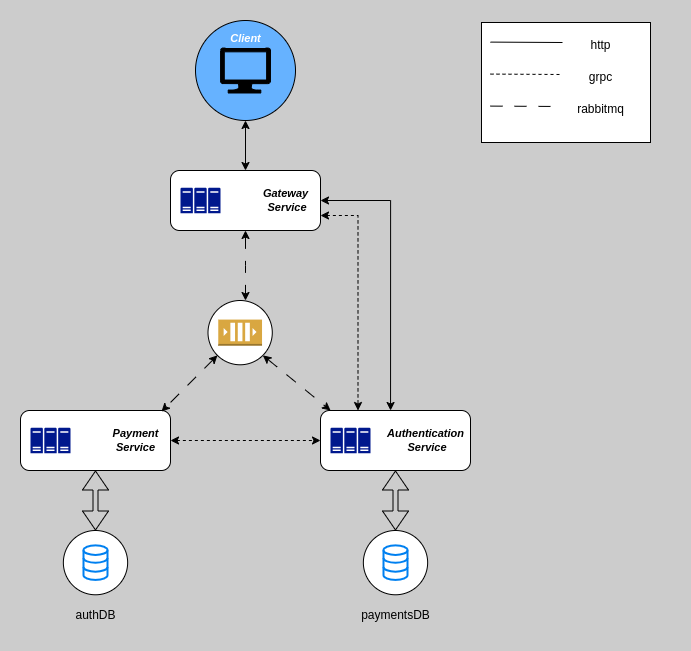
EmilioCliff/payment-polling-service keeps this draw.io diagram as Payments_Polling.png. Above is the earlier version. Source tidied: cells renumbered, new cells last; positions are measured from the earlier drawing's top-left corner, leaving out a move shared by most shapes. Its diagram source:
```xml
<mxGraphModel background="#CCCCCC">
  <root>
    <mxCell id="0" />
    <mxCell id="1" parent="0" />
    <mxCell id="2" style="group;" parent="1" vertex="1">
      <mxGeometry y="390" width="150" height="60" as="geometry" />
    </mxCell>
    <mxCell id="3" value="&lt;blockquote style=&quot;margin: 0 0 0 40px; border: none; padding: 0px;&quot;&gt;&lt;div style=&quot;&quot;&gt;&lt;br&gt;&lt;/div&gt;&lt;/blockquote&gt;" style="rounded=1;whiteSpace=wrap;html=1;align=right;" parent="2" vertex="1">
      <mxGeometry width="150" height="60" as="geometry" />
    </mxCell>
    <mxCell id="4" style="shadow=0;dashed=0;html=1;strokeColor=none;labelPosition=center;verticalLabelPosition=bottom;verticalAlign=top;align=center;fillColor=#00188D;shape=mxgraph.mscae.enterprise.server_farm;" parent="2" vertex="1">
      <mxGeometry x="10" y="17.2" width="40" height="25.6" as="geometry" />
    </mxCell>
    <mxCell id="5" value="&lt;i style=&quot;text-wrap: wrap; background-color: initial; text-align: right;&quot;&gt;&lt;b&gt;Payment Service&lt;/b&gt;&lt;/i&gt;" style="edgeLabel;html=1;align=center;verticalAlign=middle;strokeColor=none;fillColor=none;" parent="2" vertex="1">
      <mxGeometry x="90" y="15" width="49" height="30" as="geometry" />
    </mxCell>
    <mxCell id="6" style="group;" parent="1" vertex="1">
      <mxGeometry x="175" width="100" height="100" as="geometry" />
    </mxCell>
    <mxCell id="7" style="ellipse;whiteSpace=wrap;html=1;fillColor=#66B2FF;" parent="6" vertex="1">
      <mxGeometry width="100" height="100" as="geometry" />
    </mxCell>
    <mxCell id="8" style="shadow=0;dashed=0;html=1;strokeColor=#000000;labelPosition=center;verticalLabelPosition=bottom;verticalAlign=top;align=center;fillColor=#000000;shape=mxgraph.azure.computer;fontColor=#000000;" parent="6" vertex="1">
      <mxGeometry x="25" y="27.5" width="50" height="45" as="geometry" />
    </mxCell>
    <mxCell id="9" value="&lt;span style=&quot;text-wrap: wrap;&quot;&gt;&lt;b&gt;&lt;i&gt;Client&lt;/i&gt;&lt;/b&gt;&lt;/span&gt;" style="edgeLabel;html=1;align=center;verticalAlign=middle;strokeColor=none;fillColor=#66B2FF;labelBackgroundColor=#66B2FF;fontColor=#FFFFFF;" parent="6" vertex="1">
      <mxGeometry x="30" y="7.5" width="40" height="20" as="geometry" />
    </mxCell>
    <mxCell id="10" style="group;" parent="1" vertex="1">
      <mxGeometry x="187.5" y="280" width="75" height="70" as="geometry" />
    </mxCell>
    <mxCell id="11" style="ellipse;whiteSpace=wrap;html=1;" parent="10" vertex="1">
      <mxGeometry width="64.3" height="64.3" as="geometry" />
    </mxCell>
    <mxCell id="12" style="dashed=0;verticalLabelPosition=bottom;verticalAlign=top;align=center;html=1;shape=mxgraph.aws3.queue;fillColor=#D9A741;gradientColor=none;" parent="10" vertex="1">
      <mxGeometry x="10.3" y="19.1" width="43.8" height="26.1" as="geometry" />
    </mxCell>
    <mxCell id="13" style="group;" parent="1" vertex="1">
      <mxGeometry x="150" y="150" width="150" height="60" as="geometry" />
    </mxCell>
    <mxCell id="14" style="edgeStyle=orthogonalEdgeStyle;rounded=0;jettySize=auto;html=1;exitX=0.5;exitY=1;exitDx=0;exitDy=0;startArrow=classic;startFill=1;dashed=1;dashPattern=12 12;" parent="13" edge="1" source="15">
      <mxGeometry relative="1" as="geometry">
        <mxPoint x="75" y="130" as="targetPoint" />
      </mxGeometry>
    </mxCell>
    <mxCell id="15" value="&lt;blockquote style=&quot;margin: 0 0 0 40px; border: none; padding: 0px;&quot;&gt;&lt;div style=&quot;&quot;&gt;&lt;br&gt;&lt;/div&gt;&lt;/blockquote&gt;" style="rounded=1;whiteSpace=wrap;html=1;align=right;" parent="13" vertex="1">
      <mxGeometry width="150" height="60" as="geometry" />
    </mxCell>
    <mxCell id="16" style="shadow=0;dashed=0;html=1;strokeColor=none;labelPosition=center;verticalLabelPosition=bottom;verticalAlign=top;align=center;fillColor=#00188D;shape=mxgraph.mscae.enterprise.server_farm;" parent="13" vertex="1">
      <mxGeometry x="10" y="17.2" width="40" height="25.6" as="geometry" />
    </mxCell>
    <mxCell id="17" value="&lt;i style=&quot;text-wrap: wrap; background-color: initial; text-align: right;&quot;&gt;&lt;b&gt;Gateway&lt;/b&gt;&lt;/i&gt;&lt;div&gt;&lt;i style=&quot;text-wrap: wrap; background-color: initial; text-align: right;&quot;&gt;&lt;b&gt;&amp;nbsp;Service&lt;/b&gt;&lt;/i&gt;&lt;/div&gt;" style="edgeLabel;html=1;align=center;verticalAlign=middle;strokeColor=none;fillColor=none;" parent="13" vertex="1">
      <mxGeometry x="90" y="15" width="49" height="30" as="geometry" />
    </mxCell>
    <mxCell id="18" style="group;" parent="1" vertex="1">
      <mxGeometry x="300" y="390" width="150" height="60" as="geometry" />
    </mxCell>
    <mxCell id="19" value="&lt;blockquote style=&quot;margin: 0 0 0 40px; border: none; padding: 0px;&quot;&gt;&lt;div style=&quot;&quot;&gt;&lt;br&gt;&lt;/div&gt;&lt;/blockquote&gt;" style="rounded=1;whiteSpace=wrap;html=1;align=right;" parent="18" vertex="1">
      <mxGeometry width="150" height="60" as="geometry" />
    </mxCell>
    <mxCell id="20" style="shadow=0;dashed=0;html=1;strokeColor=none;labelPosition=center;verticalLabelPosition=bottom;verticalAlign=top;align=center;fillColor=#00188D;shape=mxgraph.mscae.enterprise.server_farm;" parent="18" vertex="1">
      <mxGeometry x="10" y="17.2" width="40" height="25.6" as="geometry" />
    </mxCell>
    <mxCell id="21" value="&lt;i style=&quot;text-wrap: wrap; background-color: initial; text-align: right;&quot;&gt;&lt;b&gt;Authentication&lt;/b&gt;&lt;/i&gt;&lt;div&gt;&lt;div&gt;&lt;i style=&quot;text-wrap: wrap; background-color: initial; text-align: right;&quot;&gt;&lt;b&gt;&amp;nbsp;Service&lt;/b&gt;&lt;/i&gt;&lt;/div&gt;&lt;/div&gt;" style="edgeLabel;html=1;align=center;verticalAlign=middle;strokeColor=none;fillColor=none;" parent="18" vertex="1">
      <mxGeometry x="75" y="15" width="60" height="30" as="geometry" />
    </mxCell>
    <mxCell id="22" style="group;" parent="1" vertex="1">
      <mxGeometry x="342.9" y="510" width="64.3" height="64.3" as="geometry" />
    </mxCell>
    <mxCell id="23" style="ellipse;whiteSpace=wrap;html=1;" parent="22" vertex="1">
      <mxGeometry width="64.3" height="64.3" as="geometry" />
    </mxCell>
    <mxCell id="24" style="html=1;verticalLabelPosition=bottom;align=center;labelBackgroundColor=#ffffff;verticalAlign=top;strokeWidth=2;strokeColor=#0080F0;shadow=0;dashed=0;shape=mxgraph.ios7.icons.data;" parent="22" vertex="1">
      <mxGeometry x="20.1" y="14.9" width="24" height="34.5" as="geometry" />
    </mxCell>
    <mxCell id="25" style="group;" parent="1" vertex="1">
      <mxGeometry x="42.9" y="510" width="64.3" height="64.3" as="geometry" />
    </mxCell>
    <mxCell id="26" style="ellipse;whiteSpace=wrap;html=1;" parent="25" vertex="1">
      <mxGeometry width="64.3" height="64.3" as="geometry" />
    </mxCell>
    <mxCell id="27" style="html=1;verticalLabelPosition=bottom;align=center;labelBackgroundColor=#ffffff;verticalAlign=top;strokeWidth=2;strokeColor=#0080F0;shadow=0;dashed=0;shape=mxgraph.ios7.icons.data;" parent="25" vertex="1">
      <mxGeometry x="20.1" y="14.9" width="24" height="34.5" as="geometry" />
    </mxCell>
    <mxCell id="28" style="edgeStyle=orthogonalEdgeStyle;rounded=0;jettySize=auto;html=1;exitX=0.5;exitY=1;exitDx=0;exitDy=0;entryX=0.5;entryY=0;entryDx=0;entryDy=0;startArrow=classic;startFill=1;" parent="1" edge="1" source="7" target="15">
      <mxGeometry relative="1" as="geometry" />
    </mxCell>
    <mxCell id="29" style="rounded=0;jettySize=auto;html=1;exitX=1;exitY=1;exitDx=0;exitDy=0;entryX=0.067;entryY=0;entryDx=0;entryDy=0;startArrow=classic;startFill=1;entryPerimeter=0;dashed=1;dashPattern=12 12;" parent="1" edge="1" source="11" target="19">
      <mxGeometry relative="1" as="geometry" />
    </mxCell>
    <mxCell id="30" style="rounded=0;jettySize=auto;html=1;exitX=0;exitY=1;exitDx=0;exitDy=0;entryX=0.94;entryY=0.017;entryDx=0;entryDy=0;entryPerimeter=0;startArrow=classic;startFill=1;dashed=1;dashPattern=12 12;" parent="1" edge="1" source="11" target="3">
      <mxGeometry relative="1" as="geometry" />
    </mxCell>
    <mxCell id="31" style="edgeStyle=orthogonalEdgeStyle;rounded=0;jettySize=auto;html=1;exitX=0.5;exitY=1;exitDx=0;exitDy=0;entryX=0.5;entryY=0;entryDx=0;entryDy=0;startArrow=classic;startFill=1;shape=flexArrow;width=5;strokeWidth=1;" parent="1" edge="1" source="19" target="23">
      <mxGeometry relative="1" as="geometry" />
    </mxCell>
    <mxCell id="32" style="edgeStyle=orthogonalEdgeStyle;rounded=0;jettySize=auto;html=1;exitX=0.5;exitY=1;exitDx=0;exitDy=0;entryX=0.5;entryY=0;entryDx=0;entryDy=0;startArrow=classic;startFill=1;shape=flexArrow;width=5;" parent="1" edge="1" source="3" target="26">
      <mxGeometry relative="1" as="geometry" />
    </mxCell>
    <mxCell id="33" style="edgeStyle=orthogonalEdgeStyle;rounded=0;jettySize=auto;html=1;exitX=1;exitY=0.75;exitDx=0;exitDy=0;entryX=0.25;entryY=0;entryDx=0;entryDy=0;startArrow=classic;startFill=1;dashed=1;" parent="1" edge="1" source="15" target="19">
      <mxGeometry relative="1" as="geometry" />
    </mxCell>
    <mxCell id="34" style="edgeStyle=orthogonalEdgeStyle;rounded=0;jettySize=auto;html=1;exitX=1;exitY=0.5;exitDx=0;exitDy=0;entryX=0.467;entryY=0;entryDx=0;entryDy=0;entryPerimeter=0;startArrow=classic;startFill=1;" parent="1" edge="1" source="15" target="19">
      <mxGeometry relative="1" as="geometry" />
    </mxCell>
    <mxCell id="35" style="edgeStyle=orthogonalEdgeStyle;rounded=0;jettySize=auto;html=1;exitX=1;exitY=0.5;exitDx=0;exitDy=0;entryX=0;entryY=0.5;entryDx=0;entryDy=0;startArrow=classic;startFill=1;dashed=1;" parent="1" edge="1" source="3" target="19">
      <mxGeometry relative="1" as="geometry" />
    </mxCell>
    <mxCell id="36" value="authDB" style="text;html=1;align=center;verticalAlign=middle;strokeColor=none;fillColor=none;" parent="1" vertex="1">
      <mxGeometry x="45" y="580" width="60" height="30" as="geometry" />
    </mxCell>
    <mxCell id="37" value="paymentsDB" style="text;html=1;align=center;verticalAlign=middle;strokeColor=none;fillColor=none;" parent="1" vertex="1">
      <mxGeometry x="330" y="580" width="90" height="30" as="geometry" />
    </mxCell>
    <mxCell id="38" style="group;" parent="1" vertex="1">
      <mxGeometry x="470" y="10" width="180" height="120" as="geometry" />
    </mxCell>
    <mxCell id="39" style="group;" parent="38" vertex="1">
      <mxGeometry y="32" width="180" height="88" as="geometry" />
    </mxCell>
    <mxCell id="40" style="rounded=0;whiteSpace=wrap;html=1;" parent="39" vertex="1">
      <mxGeometry x="-9" y="-40" width="169" height="120" as="geometry" />
    </mxCell>
    <mxCell id="41" style="endArrow=none;html=1;rounded=0;dashed=1;" parent="39" edge="1">
      <mxGeometry relative="1" as="geometry">
        <mxPoint y="11.6" as="sourcePoint" />
        <mxPoint x="72" y="12" as="targetPoint" />
      </mxGeometry>
    </mxCell>
    <mxCell id="42" value="grpc" style="text;html=1;align=center;verticalAlign=middle;strokeColor=none;fillColor=none;" parent="39" vertex="1">
      <mxGeometry x="85" width="50" height="30" as="geometry" />
    </mxCell>
    <mxCell id="43" style="group;" parent="38" vertex="1">
      <mxGeometry y="64" width="145" height="30" as="geometry" />
    </mxCell>
    <mxCell id="44" style="endArrow=none;html=1;rounded=0;dashed=1;dashPattern=12 12;" parent="43" edge="1">
      <mxGeometry relative="1" as="geometry">
        <mxPoint y="11.6" as="sourcePoint" />
        <mxPoint x="72" y="12" as="targetPoint" />
      </mxGeometry>
    </mxCell>
    <mxCell id="45" value="rabbitmq" style="text;html=1;align=center;verticalAlign=middle;strokeColor=none;fillColor=none;" parent="43" vertex="1">
      <mxGeometry x="75" width="70" height="30" as="geometry" />
    </mxCell>
    <mxCell id="46" style="group;" parent="38" vertex="1">
      <mxGeometry width="126" height="24" as="geometry" />
    </mxCell>
    <mxCell id="47" style="endArrow=none;html=1;rounded=0;" parent="46" edge="1">
      <mxGeometry relative="1" as="geometry">
        <mxPoint y="11.6" as="sourcePoint" />
        <mxPoint x="72" y="12" as="targetPoint" />
      </mxGeometry>
    </mxCell>
    <mxCell id="48" value="http" style="text;html=1;align=center;verticalAlign=middle;strokeColor=none;fillColor=none;" parent="46" vertex="1">
      <mxGeometry x="90" width="40" height="30" as="geometry" />
    </mxCell>
  </root>
</mxGraphModel>
```
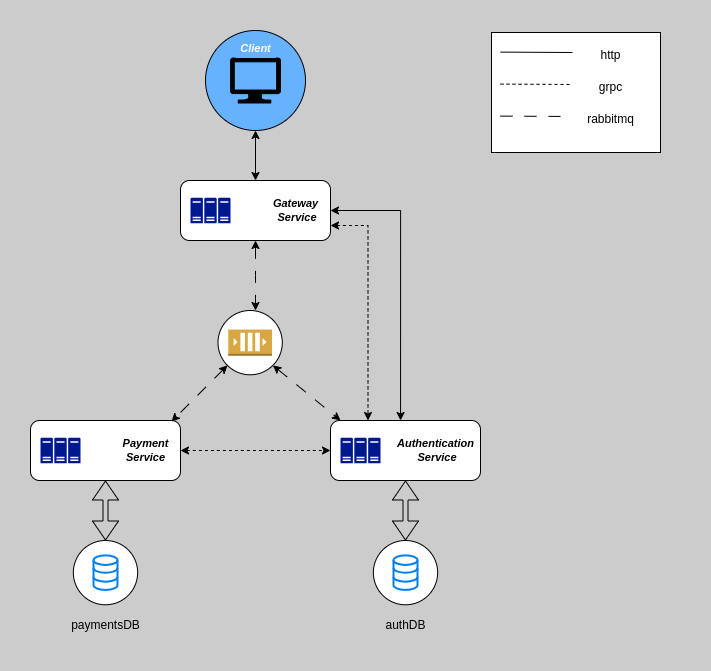
The same diagram one commit later.

Commit message:
update level diagram

The edit, as a diff of the source:
```diff
@@ -106,11 +106,11 @@
     <mxCell id="35" style="edgeStyle=orthogonalEdgeStyle;rounded=0;jettySize=auto;html=1;exitX=1;exitY=0.5;exitDx=0;exitDy=0;entryX=0;entryY=0.5;entryDx=0;entryDy=0;startArrow=classic;startFill=1;dashed=1;" parent="1" edge="1" source="3" target="19">
       <mxGeometry relative="1" as="geometry" />
     </mxCell>
-    <mxCell id="36" value="authDB" style="text;html=1;align=center;verticalAlign=middle;strokeColor=none;fillColor=none;" parent="1" vertex="1">
-      <mxGeometry x="45" y="580" width="60" height="30" as="geometry" />
+    <mxCell id="36" value="paymentsDB" style="text;html=1;align=center;verticalAlign=middle;strokeColor=none;fillColor=none;" parent="1" vertex="1">
+      <mxGeometry x="30" y="580" width="90" height="30" as="geometry" />
     </mxCell>
-    <mxCell id="37" value="paymentsDB" style="text;html=1;align=center;verticalAlign=middle;strokeColor=none;fillColor=none;" parent="1" vertex="1">
-      <mxGeometry x="330" y="580" width="90" height="30" as="geometry" />
+    <mxCell id="37" value="authDB" style="text;html=1;align=center;verticalAlign=middle;strokeColor=none;fillColor=none;" parent="1" vertex="1">
+      <mxGeometry x="345" y="580" width="60" height="30" as="geometry" />
     </mxCell>
     <mxCell id="38" style="group;" parent="1" vertex="1">
       <mxGeometry x="470" y="10" width="180" height="120" as="geometry" />
```
